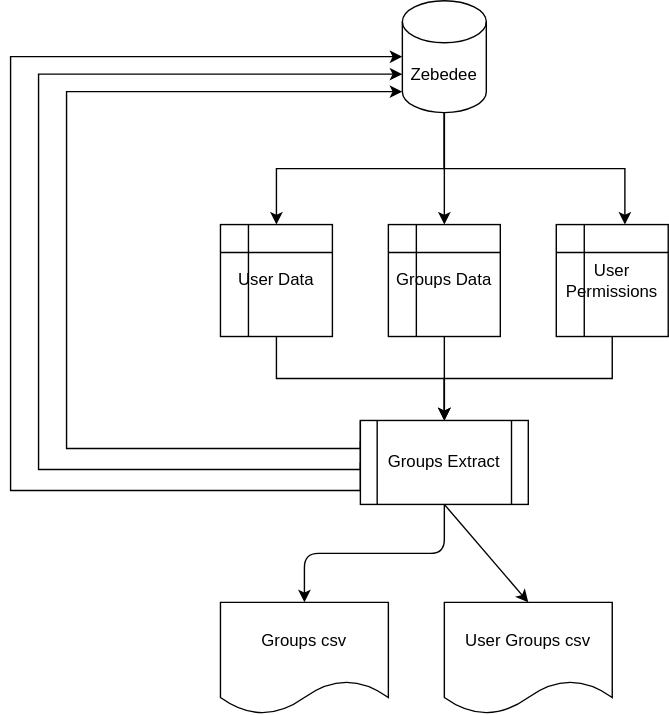
ONSdigital/dp-data-tools keeps this draw.io diagram as dp-identity-data-migration/groupsdataextraction/dataflow.drawio.svg. Above is the earlier version. Source tidied: cells renumbered, new cells last; positions are measured from the earlier drawing's top-left corner, leaving out a move shared by most shapes.
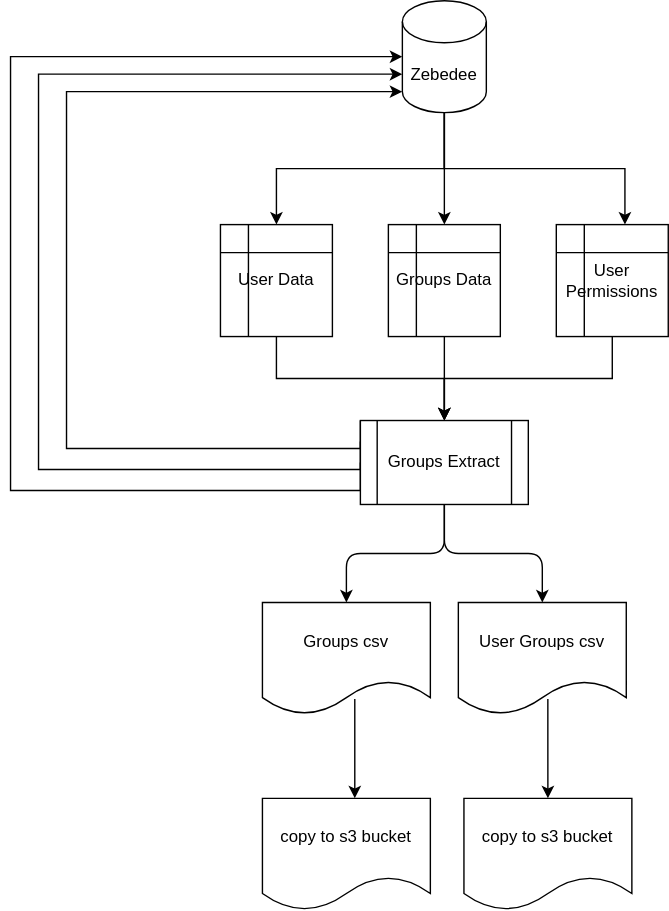
After the change.

The edit, as a diff of the source:
```diff
@@ -62,16 +62,32 @@
       <mxGeometry x="390" y="160" width="80" height="80" as="geometry" />
     </mxCell>
     <mxCell id="16" value="Groups csv" style="shape=document;whiteSpace=wrap;html=1;boundedLbl=1;" parent="1" vertex="1">
-      <mxGeometry x="150" y="430" width="120" height="80" as="geometry" />
+      <mxGeometry x="180" y="430" width="120" height="80" as="geometry" />
     </mxCell>
     <mxCell id="17" value="User Groups csv" style="shape=document;whiteSpace=wrap;html=1;boundedLbl=1;" parent="1" vertex="1">
-      <mxGeometry x="310" y="430" width="120" height="80" as="geometry" />
+      <mxGeometry x="320" y="430" width="120" height="80" as="geometry" />
     </mxCell>
-    <mxCell id="18" style="endArrow=classic;html=1;exitX=0.5;exitY=1;exitDx=0;exitDy=0;entryX=0.5;entryY=0;entryDx=0;entryDy=0;" parent="1" edge="1" source="5" target="17">
+    <mxCell id="18" style="endArrow=classic;html=1;exitX=0.5;exitY=1;exitDx=0;exitDy=0;entryX=0.5;entryY=0;entryDx=0;entryDy=0;edgeStyle=orthogonalEdgeStyle;" parent="1" edge="1" source="5" target="17">
       <mxGeometry relative="1" as="geometry" />
     </mxCell>
     <mxCell id="19" style="endArrow=classic;html=1;exitX=0.5;exitY=1;exitDx=0;exitDy=0;entryX=0.5;entryY=0;entryDx=0;entryDy=0;edgeStyle=elbowEdgeStyle;elbow=vertical;" parent="1" edge="1" source="5" target="16">
       <mxGeometry relative="1" as="geometry" />
     </mxCell>
+    <mxCell id="20" style="endArrow=classic;html=1;exitX=0.55;exitY=0.863;exitDx=0;exitDy=0;edgeStyle=elbowEdgeStyle;elbow=vertical;exitPerimeter=0;" parent="1" edge="1" source="16">
+      <mxGeometry relative="1" as="geometry">
+        <mxPoint x="246" y="570" as="targetPoint" />
+      </mxGeometry>
+    </mxCell>
+    <mxCell id="21" style="endArrow=classic;html=1;exitX=0.533;exitY=0.863;exitDx=0;exitDy=0;edgeStyle=elbowEdgeStyle;elbow=vertical;exitPerimeter=0;" parent="1" edge="1" source="17">
+      <mxGeometry relative="1" as="geometry">
+        <mxPoint x="384" y="570" as="targetPoint" />
+      </mxGeometry>
+    </mxCell>
+    <mxCell id="22" value="copy to s3 bucket" style="shape=document;whiteSpace=wrap;html=1;boundedLbl=1;" parent="1" vertex="1">
+      <mxGeometry x="180" y="570" width="120" height="80" as="geometry" />
+    </mxCell>
+    <mxCell id="23" value="copy to s3 bucket" style="shape=document;whiteSpace=wrap;html=1;boundedLbl=1;" parent="1" vertex="1">
+      <mxGeometry x="324" y="570" width="120" height="80" as="geometry" />
+    </mxCell>
   </root>
 </mxGraphModel>
```
